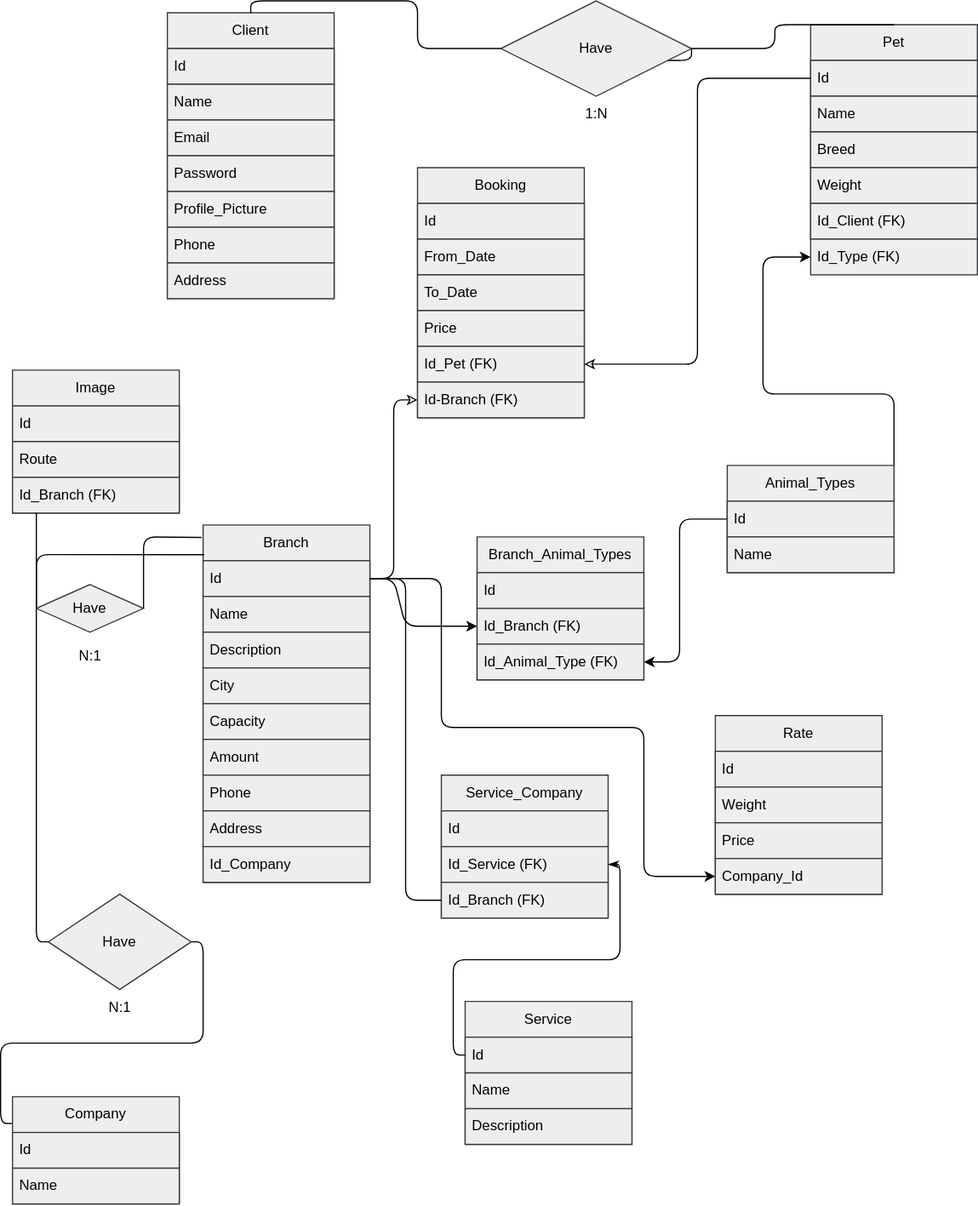
No-Country/c14-16-ft-node-react keeps this draw.io diagram as backend/project.drawio.svg. Above is the earlier version. Source tidied: cells renumbered, new cells last; positions are measured from the earlier drawing's top-left corner, leaving out a move shared by most shapes.
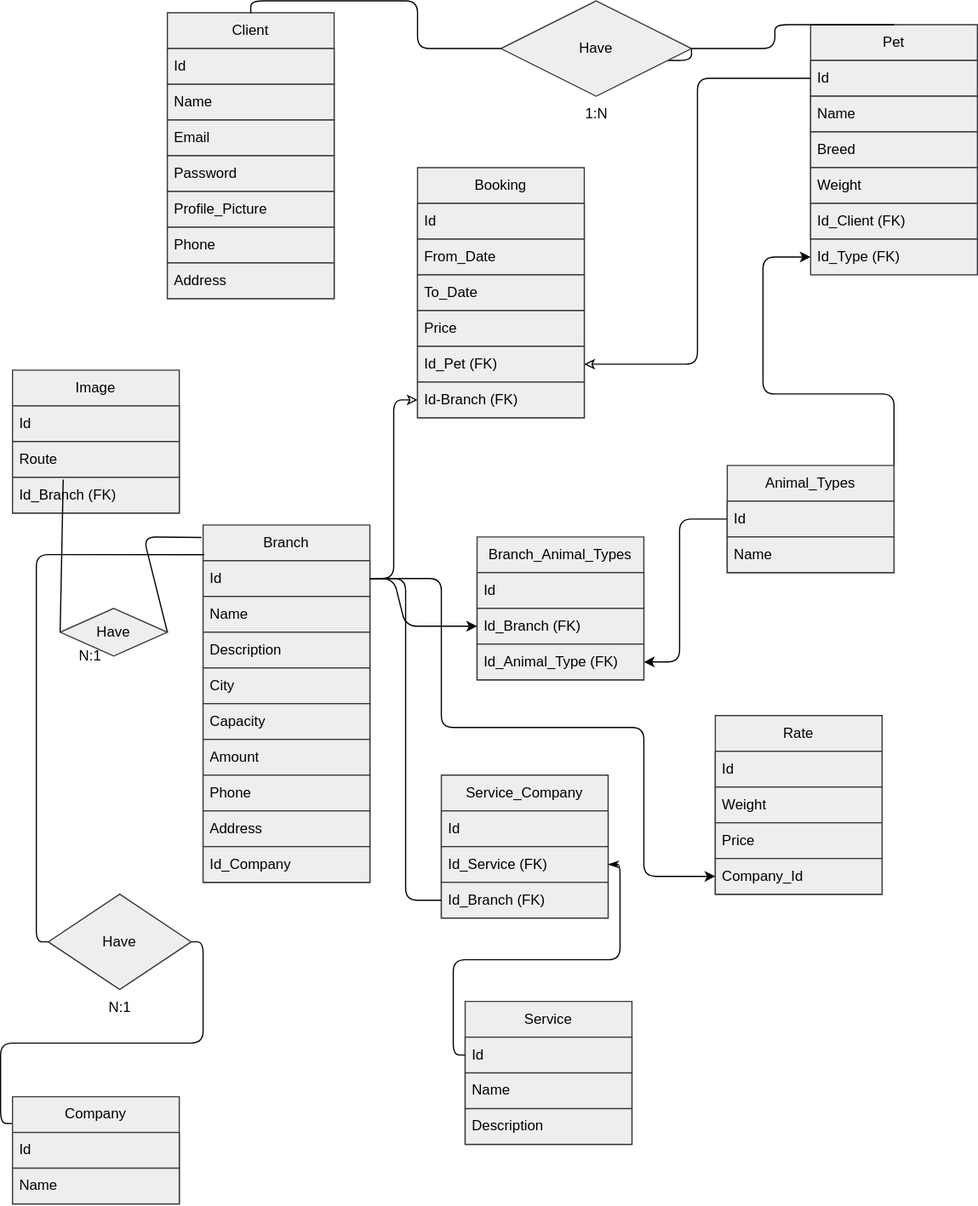
The same file after the commit.

What changed in the source:
```diff
@@ -189,13 +189,11 @@
         </Array>
       </mxGeometry>
     </mxCell>
-    <mxCell id="61" style="edgeStyle=none;html=1;exitX=0;exitY=0.5;exitDx=0;exitDy=0;endArrow=none;endFill=0;" parent="1" edge="1" source="62">
-      <mxGeometry relative="1" as="geometry">
-        <mxPoint x="20" y="430" as="targetPoint" />
-      </mxGeometry>
+    <mxCell id="61" style="edgeStyle=none;html=1;exitX=0;exitY=0.5;exitDx=0;exitDy=0;endArrow=none;endFill=0;entryX=0.304;entryY=0.062;entryDx=0;entryDy=0;entryPerimeter=0;" parent="1" edge="1" source="62" target="59">
+      <mxGeometry relative="1" as="geometry" />
     </mxCell>
     <mxCell id="62" value="Have" style="rhombus;whiteSpace=wrap;html=1;fillColor=#eeeeee;strokeColor=#36393d;fontColor=#000000;" parent="1" vertex="1">
-      <mxGeometry x="20" y="490" width="90" height="40" as="geometry" />
+      <mxGeometry x="40" y="510" width="90" height="40" as="geometry" />
     </mxCell>
     <mxCell id="63" value="N:1" style="text;html=1;align=center;verticalAlign=middle;strokeColor=none;fillColor=none;" parent="1" vertex="1">
       <mxGeometry x="45" y="535" width="40" height="30" as="geometry" />
```
